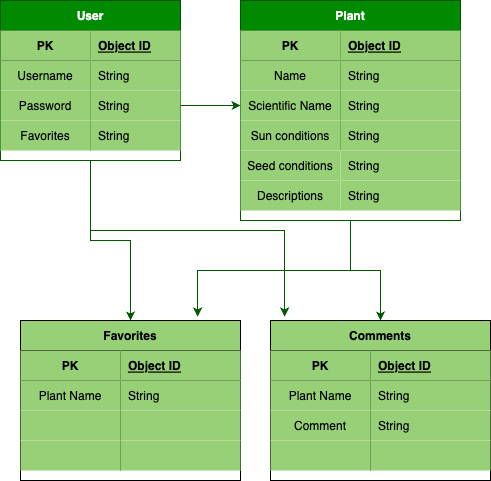
The draw.io diagram images/erd.png in amishizaki/i-garden, before a commit. Source tidied: cells renumbered, new cells last; positions are measured from the earlier drawing's top-left corner, leaving out a move shared by most shapes.
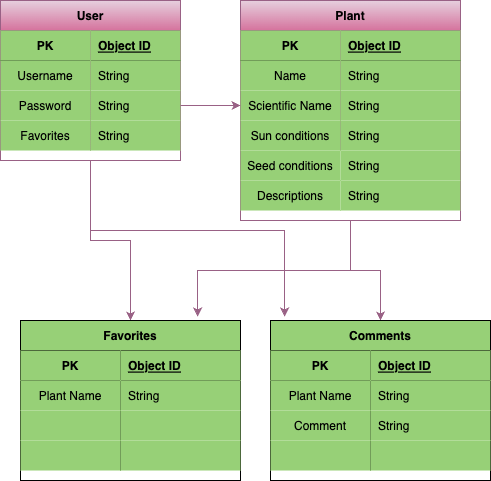
The same file after the commit.

Commit message:
one more style bit

The edit, as a diff of the source:
```diff
@@ -2,17 +2,17 @@
   <root>
     <mxCell id="0" />
     <mxCell id="1" parent="0" />
-    <mxCell id="2" style="edgeStyle=orthogonalEdgeStyle;rounded=0;jettySize=auto;html=1;exitX=0.5;exitY=1;exitDx=0;exitDy=0;entryX=0.5;entryY=0;entryDx=0;entryDy=0;fillColor=#008a00;strokeColor=#005700;" parent="1" edge="1" source="4" target="37">
+    <mxCell id="2" style="edgeStyle=orthogonalEdgeStyle;rounded=0;jettySize=auto;html=1;exitX=0.5;exitY=1;exitDx=0;exitDy=0;entryX=0.5;entryY=0;entryDx=0;entryDy=0;fillColor=#e6d0de;strokeColor=#996185;gradientColor=#d5739d;" parent="1" edge="1" source="4" target="37">
       <mxGeometry relative="1" as="geometry" />
     </mxCell>
-    <mxCell id="3" style="edgeStyle=orthogonalEdgeStyle;rounded=0;jettySize=auto;html=1;entryX=0.064;entryY=-0.025;entryDx=0;entryDy=0;entryPerimeter=0;fillColor=#008a00;strokeColor=#005700;" parent="1" edge="1" source="4" target="50">
+    <mxCell id="3" style="edgeStyle=orthogonalEdgeStyle;rounded=0;jettySize=auto;html=1;entryX=0.064;entryY=-0.025;entryDx=0;entryDy=0;entryPerimeter=0;fillColor=#e6d0de;strokeColor=#996185;gradientColor=#d5739d;" parent="1" edge="1" source="4" target="50">
       <mxGeometry relative="1" as="geometry">
         <Array as="points">
           <mxPoint x="284" y="230" />
         </Array>
       </mxGeometry>
     </mxCell>
-    <mxCell id="4" value="User" style="shape=table;startSize=30;rowLines=0;fontStyle=1;align=center;fillColor=#008a00;labelBackgroundColor=none;strokeColor=#005700;fontColor=#ffffff;" parent="1" vertex="1">
+    <mxCell id="4" value="User" style="shape=table;startSize=30;rowLines=0;fontStyle=1;align=center;fillColor=#e6d0de;labelBackgroundColor=none;strokeColor=#996185;gradientColor=#d5739d;" parent="1" vertex="1">
       <mxGeometry width="180" height="160" as="geometry" />
     </mxCell>
     <mxCell id="5" style="shape=tableRow;horizontal=0;startSize=0;swimlaneHead=0;swimlaneBody=0;fillColor=none;top=0;left=0;right=0;bottom=1;" parent="4" vertex="1">
@@ -51,13 +51,13 @@
     <mxCell id="16" value="String" style="shape=partialRectangle;fillColor=#97D077;top=0;left=0;bottom=0;right=0;align=left;spacingLeft=6;overflow=hidden;gradientColor=#97d077;strokeColor=#82b366;" parent="14" vertex="1">
       <mxGeometry x="90" width="90" height="30" as="geometry" />
     </mxCell>
-    <mxCell id="17" style="edgeStyle=orthogonalEdgeStyle;rounded=0;jettySize=auto;html=1;entryX=0.5;entryY=0;entryDx=0;entryDy=0;fillColor=#008a00;strokeColor=#005700;" parent="1" edge="1" source="19" target="50">
+    <mxCell id="17" style="edgeStyle=orthogonalEdgeStyle;rounded=0;jettySize=auto;html=1;entryX=0.5;entryY=0;entryDx=0;entryDy=0;fillColor=#e6d0de;strokeColor=#996185;gradientColor=#d5739d;" parent="1" edge="1" source="19" target="50">
       <mxGeometry relative="1" as="geometry" />
     </mxCell>
-    <mxCell id="18" style="edgeStyle=orthogonalEdgeStyle;rounded=0;jettySize=auto;html=1;entryX=0.805;entryY=-0.025;entryDx=0;entryDy=0;entryPerimeter=0;fillColor=#008a00;strokeColor=#005700;" parent="1" edge="1" source="19" target="37">
+    <mxCell id="18" style="edgeStyle=orthogonalEdgeStyle;rounded=0;jettySize=auto;html=1;entryX=0.805;entryY=-0.025;entryDx=0;entryDy=0;entryPerimeter=0;fillColor=#e6d0de;strokeColor=#996185;gradientColor=#d5739d;" parent="1" edge="1" source="19" target="37">
       <mxGeometry relative="1" as="geometry" />
     </mxCell>
-    <mxCell id="19" value="Plant" style="shape=table;startSize=30;rowLines=0;fontStyle=1;align=center;fillColor=#008a00;fontColor=#ffffff;strokeColor=#005700;" parent="1" vertex="1">
+    <mxCell id="19" value="Plant" style="shape=table;startSize=30;rowLines=0;fontStyle=1;align=center;fillColor=#e6d0de;strokeColor=#996185;gradientColor=#d5739d;" parent="1" vertex="1">
       <mxGeometry x="240" width="220" height="220" as="geometry" />
     </mxCell>
     <mxCell id="20" style="shape=tableRow;horizontal=0;startSize=0;swimlaneHead=0;swimlaneBody=0;fillColor=none;top=0;left=0;right=0;bottom=1;" parent="19" vertex="1">
@@ -108,7 +108,7 @@
     <mxCell id="35" value="String" style="shape=partialRectangle;fillColor=#97D077;top=0;left=0;bottom=0;right=0;align=left;spacingLeft=6;overflow=hidden;" parent="1" vertex="1">
       <mxGeometry x="340" y="180" width="120" height="30" as="geometry" />
     </mxCell>
-    <mxCell id="36" style="edgeStyle=orthogonalEdgeStyle;rounded=0;jettySize=auto;html=1;exitX=1;exitY=0.5;exitDx=0;exitDy=0;entryX=0;entryY=0.5;entryDx=0;entryDy=0;fillColor=#008a00;strokeColor=#005700;" parent="1" edge="1" source="11" target="26">
+    <mxCell id="36" style="edgeStyle=orthogonalEdgeStyle;rounded=0;jettySize=auto;html=1;exitX=1;exitY=0.5;exitDx=0;exitDy=0;entryX=0;entryY=0.5;entryDx=0;entryDy=0;fillColor=#e6d0de;strokeColor=#996185;gradientColor=#d5739d;" parent="1" edge="1" source="11" target="26">
       <mxGeometry relative="1" as="geometry" />
     </mxCell>
     <mxCell id="37" value="Favorites" style="shape=table;startSize=30;rowLines=0;fontStyle=1;align=center;fillColor=#97D077;" parent="1" vertex="1">
```
